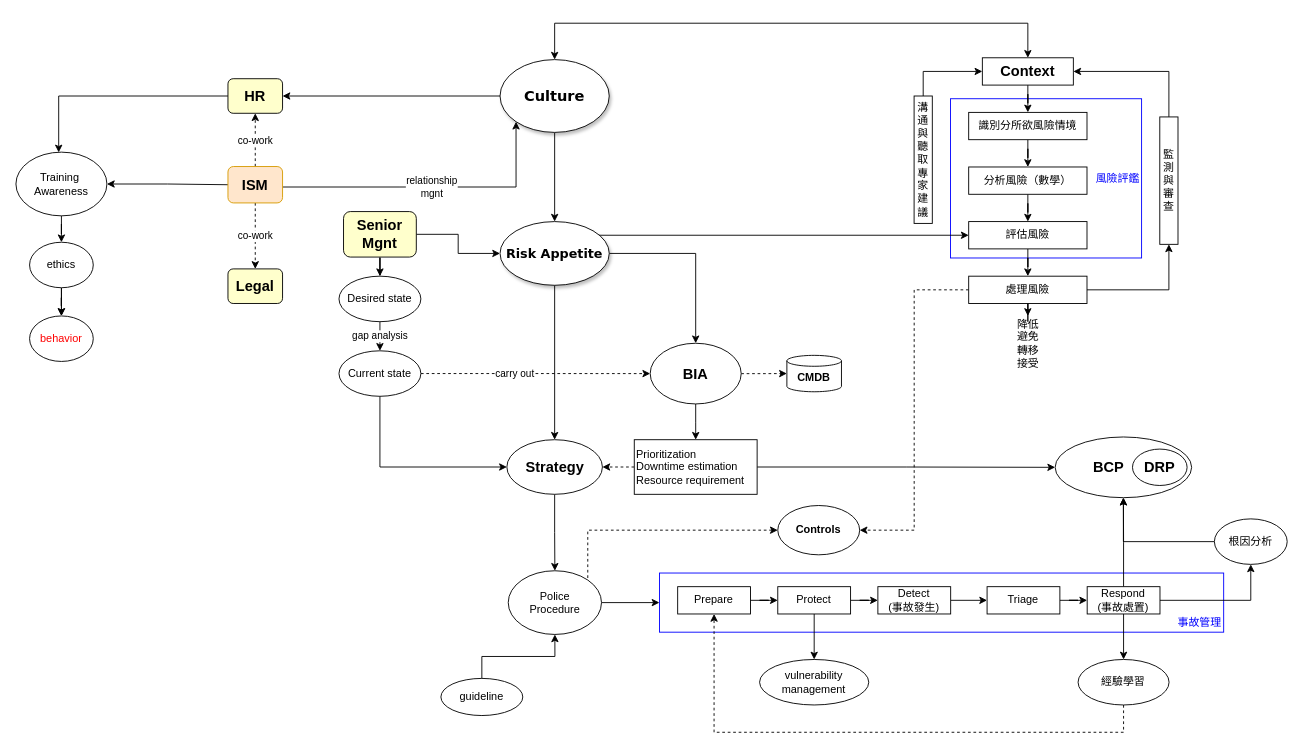
Earlier version of the draw.io diagram Untitled Diagram.drawio (digipenguin/machinelearn-ndu). Source tidied: cells renumbered, new cells numbered last; positions are measured from the earlier drawing's top-left corner, leaving out a move shared by most shapes. Both pictures are drawn from the tidied source at 91%, with x=0, y=0 at pixel (15, 23).
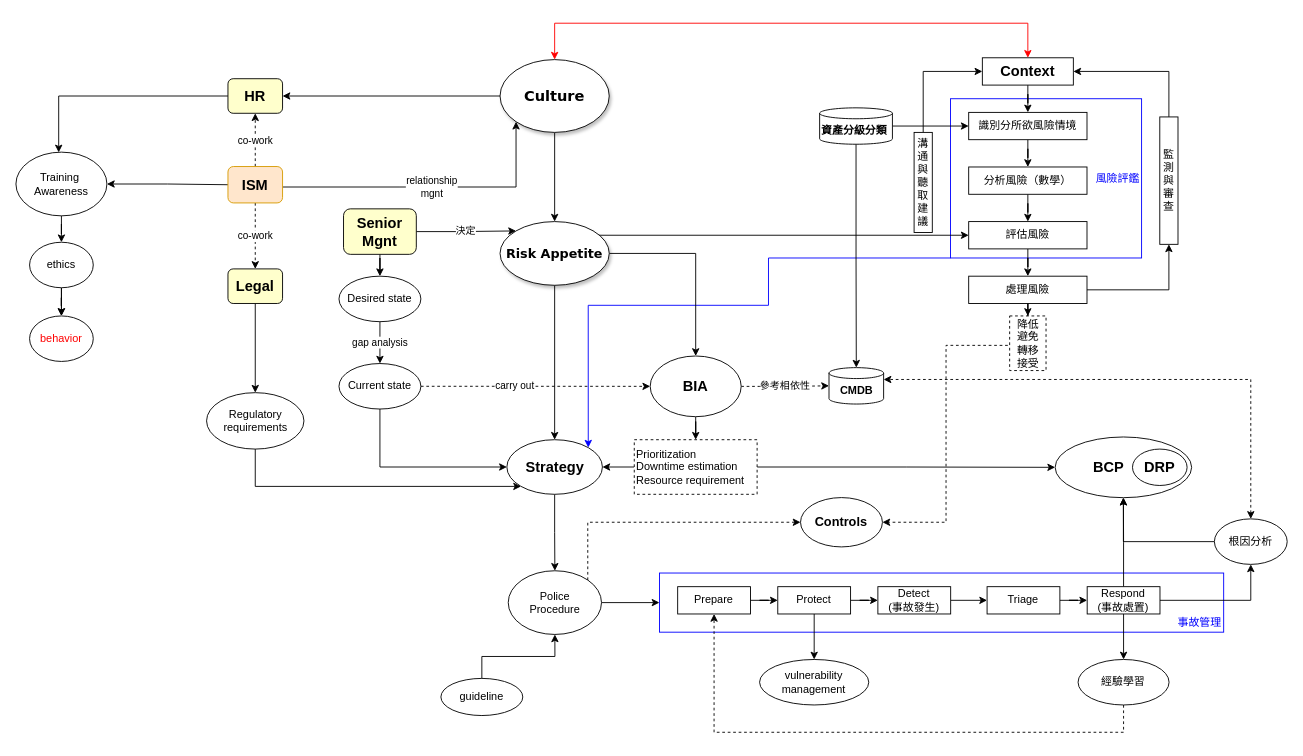
The same page after the edit.

The change refers to these unchanged cells:
```xml
<mxCell id="3" value="&lt;font color=&quot;#0000ff&quot;&gt;風險評鑑&lt;/font&gt;" style="rounded=0;whiteSpace=wrap;html=1;fillColor=#FFFFFF;align=right;strokeColor=#0000FF;" parent="1" vertex="1">
  <mxGeometry x="1027" y="83" width="210" height="175" as="geometry" />
</mxCell>
<mxCell id="7" value="&lt;span&gt;&lt;font size=&quot;1&quot;&gt;&lt;b style=&quot;font-size: 16px&quot;&gt;Culture&lt;/b&gt;&lt;/font&gt;&lt;/span&gt;" style="ellipse;whiteSpace=wrap;html=1;rounded=0;shadow=1;comic=0;labelBackgroundColor=none;strokeWidth=1;fontFamily=Verdana;fontSize=12;align=center;" parent="1" vertex="1">
  <mxGeometry x="532" y="40" width="120" height="80" as="geometry" />
</mxCell>
<mxCell id="11" value="&lt;span&gt;&lt;font size=&quot;1&quot;&gt;&lt;b style=&quot;font-size: 14px&quot;&gt;Risk Appetite&lt;/b&gt;&lt;/font&gt;&lt;/span&gt;" style="ellipse;whiteSpace=wrap;html=1;rounded=0;shadow=1;comic=0;labelBackgroundColor=none;strokeWidth=1;fontFamily=Verdana;fontSize=12;align=center;" parent="1" vertex="1">
  <mxGeometry x="532" y="218" width="120" height="70" as="geometry" />
</mxCell>
<mxCell id="13" value="&lt;b&gt;&lt;font style=&quot;font-size: 16px&quot;&gt;Strategy&lt;/font&gt;&lt;/b&gt;" style="ellipse;whiteSpace=wrap;html=1;" parent="1" vertex="1">
  <mxGeometry x="539.5" y="457.7" width="105" height="60" as="geometry" />
</mxCell>
<mxCell id="30" value="&lt;b&gt;&lt;font style=&quot;font-size: 16px&quot;&gt;Context&lt;/font&gt;&lt;/b&gt;" style="rounded=0;whiteSpace=wrap;html=1;fillColor=#FFFFFF;" parent="1" vertex="1">
  <mxGeometry x="1062" y="38" width="100" height="30" as="geometry" />
</mxCell>
<mxCell id="32" value="識別分所欲風險情境" style="rounded=0;whiteSpace=wrap;html=1;fillColor=#FFFFFF;" parent="1" vertex="1">
  <mxGeometry x="1047" y="98" width="130" height="30" as="geometry" />
</mxCell>
<mxCell id="40" value="處理風險" style="rounded=0;whiteSpace=wrap;html=1;fillColor=#FFFFFF;" parent="1" vertex="1">
  <mxGeometry x="1047" y="278" width="130" height="30" as="geometry" />
</mxCell>
<mxCell id="61" value="&lt;b&gt;&lt;font style=&quot;font-size: 16px&quot;&gt;Legal&lt;/font&gt;&lt;/b&gt;" style="rounded=1;whiteSpace=wrap;html=1;fillColor=#FFFFCC;" parent="1" vertex="1">
  <mxGeometry x="233" y="270" width="60" height="38" as="geometry" />
</mxCell>
<mxCell id="77" value="根因分析" style="ellipse;whiteSpace=wrap;html=1;strokeColor=#000000;fillColor=#FFFFFF;" parent="1" vertex="1">
  <mxGeometry x="1317" y="544.7" width="80" height="50" as="geometry" />
</mxCell>
```

What changed in the source:
```diff
@@
+    <mxCell id="86" style="edgeStyle=orthogonalEdgeStyle;rounded=0;jettySize=auto;html=1;entryX=1;entryY=0;entryDx=0;entryDy=0;startArrow=none;startFill=0;endArrow=classic;endFill=1;exitX=0;exitY=1;exitDx=0;exitDy=0;strokeColor=#0000FF;" parent="1" edge="1" source="3" target="13">
+      <mxGeometry relative="1" as="geometry">
+        <Array as="points">
+          <mxPoint x="827" y="258" />
+          <mxPoint x="827" y="310" />
+          <mxPoint x="629" y="310" />
+        </Array>
+      </mxGeometry>
+    </mxCell>
@@
-    <mxCell id="4" style="edgeStyle=orthogonalEdgeStyle;rounded=0;jettySize=auto;html=1;exitX=0.5;exitY=0;exitDx=0;exitDy=0;startArrow=classic;startFill=1;endArrow=classic;endFill=1;" parent="1" edge="1" source="30" target="7">
+    <mxCell id="4" style="edgeStyle=orthogonalEdgeStyle;rounded=0;jettySize=auto;html=1;exitX=0.5;exitY=0;exitDx=0;exitDy=0;startArrow=classic;startFill=1;endArrow=classic;endFill=1;strokeColor=#FF0000;" parent="1" edge="1" source="30" target="7">
       <mxGeometry relative="1" as="geometry">
         <Array as="points">
           <mxPoint x="1112" />
           <mxPoint x="592" />
         </Array>
       </mxGeometry>
     </mxCell>
@@
-    <mxCell id="39" style="edgeStyle=orthogonalEdgeStyle;rounded=0;jettySize=auto;html=1;entryX=1;entryY=0.5;entryDx=0;entryDy=0;dashed=1;startArrow=none;startFill=0;endArrow=classic;endFill=1;" parent="1" edge="1" source="40" target="85">
+    <mxCell id="39" style="edgeStyle=orthogonalEdgeStyle;rounded=0;jettySize=auto;html=1;entryX=1;entryY=0.5;entryDx=0;entryDy=0;dashed=1;startArrow=none;startFill=0;endArrow=classic;endFill=1;exitX=-0.05;exitY=0.539;exitDx=0;exitDy=0;exitPerimeter=0;" parent="1" edge="1" source="83" target="85">
       <mxGeometry relative="1" as="geometry" />
     </mxCell>
@@
-    <mxCell id="42" value="溝通與聽取專家建議" style="rounded=0;whiteSpace=wrap;html=1;fillColor=#FFFFFF;" parent="1" vertex="1">
-      <mxGeometry x="987" y="80" width="20" height="140" as="geometry" />
+    <mxCell id="42" value="溝通與聽取建議" style="rounded=0;whiteSpace=wrap;html=1;fillColor=#FFFFFF;" parent="1" vertex="1">
+      <mxGeometry x="987" y="120" width="20" height="110" as="geometry" />
     </mxCell>
@@
-    <mxCell id="58" style="edgeStyle=orthogonalEdgeStyle;rounded=0;jettySize=auto;html=1;startArrow=none;startFill=0;endArrow=classic;endFill=1;dashed=1;" parent="1" edge="1" source="60" target="62">
+    <mxCell id="58" value="參考相依性" style="edgeStyle=orthogonalEdgeStyle;rounded=0;jettySize=auto;html=1;startArrow=none;startFill=0;endArrow=classic;endFill=1;dashed=1;align=center;" parent="1" edge="1" source="60" target="62">
       <mxGeometry relative="1" as="geometry" />
     </mxCell>
@@
     <mxCell id="60" value="&lt;font style=&quot;font-size: 16px&quot;&gt;&lt;b&gt;BIA&lt;/b&gt;&lt;/font&gt;" style="ellipse;whiteSpace=wrap;html=1;strokeColor=#000000;fillColor=#FFFFFF;" parent="1" vertex="1">
-      <mxGeometry x="697" y="351.7" width="100" height="66.7" as="geometry" />
+      <mxGeometry x="697" y="365.7" width="100" height="66.7" as="geometry" />
     </mxCell>
+    <mxCell id="87" style="edgeStyle=orthogonalEdgeStyle;rounded=0;jettySize=auto;html=1;startArrow=none;startFill=0;endArrow=classic;endFill=1;" parent="1" edge="1" source="61" target="90">
+      <mxGeometry relative="1" as="geometry" />
+    </mxCell>
@@
     <mxCell id="62" value="&lt;b&gt;CMDB&lt;/b&gt;" style="shape=cylinder3;whiteSpace=wrap;html=1;boundedLbl=1;backgroundOutline=1;size=6;fillColor=#FFFFFF;" parent="1" vertex="1">
-      <mxGeometry x="847.2" y="365" width="60" height="40" as="geometry" />
+      <mxGeometry x="893.5" y="378.5" width="60" height="40" as="geometry" />
     </mxCell>
-    <mxCell id="63" style="edgeStyle=orthogonalEdgeStyle;rounded=0;jettySize=auto;html=1;startArrow=none;startFill=0;endArrow=classic;endFill=1;dashed=1;exitX=0;exitY=0.5;exitDx=0;exitDy=0;entryX=1;entryY=0.5;entryDx=0;entryDy=0;" parent="1" edge="1" source="65" target="13">
+    <mxCell id="63" style="edgeStyle=orthogonalEdgeStyle;rounded=0;jettySize=auto;html=1;startArrow=none;startFill=0;endArrow=classic;endFill=1;exitX=0;exitY=0.5;exitDx=0;exitDy=0;entryX=1;entryY=0.5;entryDx=0;entryDy=0;" parent="1" edge="1" source="65" target="13">
       <mxGeometry relative="1" as="geometry" />
     </mxCell>
@@
-    <mxCell id="65" value="&lt;span&gt;Prioritization&lt;/span&gt;&lt;br&gt;&lt;span&gt;Downtime estimation&lt;br&gt;Resource requirement&lt;br&gt;&lt;/span&gt;" style="rounded=0;whiteSpace=wrap;html=1;strokeColor=#000000;fillColor=#FFFFFF;align=left;" parent="1" vertex="1">
+    <mxCell id="65" value="&lt;span&gt;Prioritization&lt;/span&gt;&lt;br&gt;&lt;span&gt;Downtime estimation&lt;br&gt;Resource requirement&lt;br&gt;&lt;/span&gt;" style="rounded=0;whiteSpace=wrap;html=1;strokeColor=#000000;fillColor=#FFFFFF;align=left;dashed=1;" parent="1" vertex="1">
       <mxGeometry x="679.5" y="457.7" width="135" height="60" as="geometry" />
     </mxCell>
@@
     <mxCell id="73" value="Current state" style="ellipse;whiteSpace=wrap;html=1;strokeColor=#000000;fillColor=#FFFFFF;" parent="1" vertex="1">
-      <mxGeometry x="355" y="360" width="90" height="50" as="geometry" />
+      <mxGeometry x="355" y="374" width="90" height="50" as="geometry" />
     </mxCell>
@@
+    <mxCell id="88" style="edgeStyle=orthogonalEdgeStyle;rounded=0;jettySize=auto;html=1;entryX=1;entryY=0;entryDx=0;entryDy=13;entryPerimeter=0;startArrow=classic;startFill=1;endArrow=classic;endFill=1;strokeColor=#000000;dashed=1;" parent="1" edge="1" source="77" target="62">
+      <mxGeometry relative="1" as="geometry">
+        <Array as="points">
+          <mxPoint x="1357" y="392" />
+        </Array>
+      </mxGeometry>
+    </mxCell>
@@
-    <mxCell id="80" style="edgeStyle=orthogonalEdgeStyle;rounded=0;jettySize=auto;html=1;startArrow=none;startFill=0;endArrow=classic;endFill=1;" parent="1" edge="1" source="82" target="11">
+    <mxCell id="80" value="決定" style="edgeStyle=orthogonalEdgeStyle;rounded=0;jettySize=auto;html=1;startArrow=none;startFill=0;endArrow=classic;endFill=1;entryX=0;entryY=0;entryDx=0;entryDy=0;" parent="1" edge="1" source="82" target="11">
       <mxGeometry relative="1" as="geometry" />
     </mxCell>
@@
     <mxCell id="82" value="&lt;span style=&quot;font-size: 16px&quot;&gt;&lt;b&gt;Senior&lt;br&gt;Mgnt&lt;br&gt;&lt;/b&gt;&lt;/span&gt;" style="rounded=1;whiteSpace=wrap;html=1;fillColor=#FFFFCC;" parent="1" vertex="1">
-      <mxGeometry x="360" y="207" width="80" height="50" as="geometry" />
+      <mxGeometry x="360" y="204" width="80" height="50" as="geometry" />
     </mxCell>
-    <mxCell id="83" value="降低&lt;br&gt;避免&lt;br&gt;轉移&lt;br&gt;接受&lt;br&gt;" style="text;html=1;align=center;verticalAlign=middle;points=[];" parent="1" vertex="1">
+    <mxCell id="83" value="降低&lt;br&gt;避免&lt;br&gt;轉移&lt;br&gt;接受&lt;br&gt;" style="text;html=1;align=center;verticalAlign=middle;points=[];fillColor=#ffffff;strokeColor=#000000;dashed=1;" parent="1" vertex="1">
       <mxGeometry x="1092" y="321.7" width="40" height="60" as="geometry" />
     </mxCell>
@@
-    <mxCell id="85" value="&lt;b&gt;Controls&lt;/b&gt;" style="ellipse;whiteSpace=wrap;html=1;strokeColor=#000000;fillColor=none;gradientColor=none;" parent="1" vertex="1">
-      <mxGeometry x="837.2" y="530" width="90" height="54.2" as="geometry" />
+    <mxCell id="85" value="&lt;b&gt;&lt;font style=&quot;font-size: 14px&quot;&gt;Controls&lt;/font&gt;&lt;/b&gt;" style="ellipse;whiteSpace=wrap;html=1;strokeColor=#000000;fillColor=none;gradientColor=none;" parent="1" vertex="1">
+      <mxGeometry x="862.2" y="521.3" width="90" height="54.2" as="geometry" />
     </mxCell>
+    <mxCell id="89" style="edgeStyle=orthogonalEdgeStyle;rounded=0;jettySize=auto;html=1;startArrow=none;startFill=0;endArrow=classic;endFill=1;entryX=0;entryY=1;entryDx=0;entryDy=0;exitX=0.5;exitY=1;exitDx=0;exitDy=0;" parent="1" edge="1" source="90" target="13">
+      <mxGeometry relative="1" as="geometry">
+        <Array as="points">
+          <mxPoint x="263" y="509" />
+        </Array>
+      </mxGeometry>
+    </mxCell>
+    <mxCell id="90" value="Regulatory&lt;br&gt;requirements" style="ellipse;whiteSpace=wrap;html=1;strokeColor=#000000;fillColor=#ffffff;gradientColor=none;" parent="1" vertex="1">
+      <mxGeometry x="209.5" y="406" width="107" height="62" as="geometry" />
+    </mxCell>
+    <mxCell id="91" style="edgeStyle=orthogonalEdgeStyle;rounded=0;jettySize=auto;html=1;entryX=0.5;entryY=0;entryDx=0;entryDy=0;entryPerimeter=0;startArrow=none;startFill=0;endArrow=classic;endFill=1;" parent="1" edge="1" source="93" target="62">
+      <mxGeometry relative="1" as="geometry" />
+    </mxCell>
+    <mxCell id="92" style="edgeStyle=orthogonalEdgeStyle;rounded=0;jettySize=auto;html=1;entryX=0;entryY=0.5;entryDx=0;entryDy=0;startArrow=none;startFill=0;endArrow=classic;endFill=1;strokeColor=#000000;" parent="1" edge="1" source="93" target="32">
+      <mxGeometry relative="1" as="geometry" />
+    </mxCell>
+    <mxCell id="93" value="&lt;b&gt;資產分級分類&amp;nbsp;&lt;/b&gt;" style="shape=cylinder3;whiteSpace=wrap;html=1;boundedLbl=1;backgroundOutline=1;size=6;fillColor=#FFFFFF;" parent="1" vertex="1">
+      <mxGeometry x="883.2" y="93" width="80" height="40" as="geometry" />
+    </mxCell>
```
